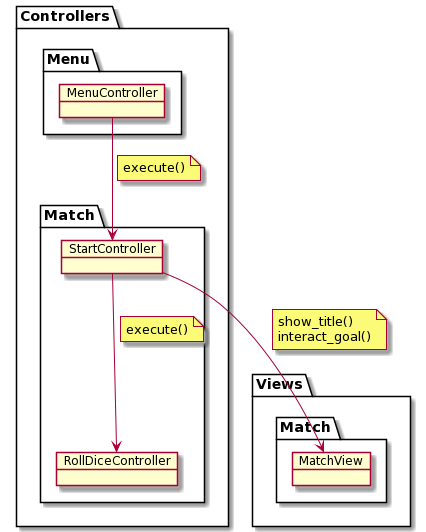
Above: rup/analysis/use_cases/start.png in USantaTecla-game-backgammon/backgammon (PlantUML), before the change.
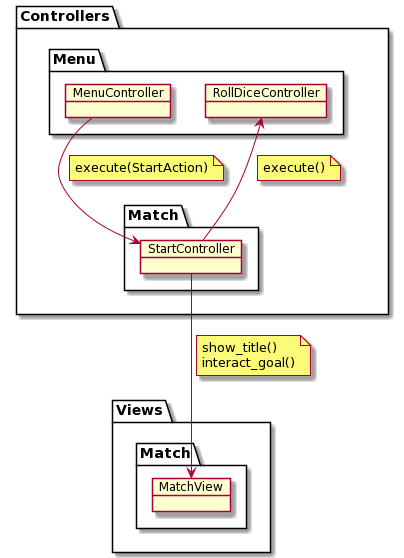
Above is the later version.

Diff of the diagram source:
```diff
@@ -8,11 +8,11 @@
 package Controllers {
     package Menu {
         object MenuController
+        object RollDiceController
     }
 
     package Match2 as "Match" {
         object StartController
-        object RollDiceController
     }
 }
 
@@ -23,7 +23,7 @@
 
 MenuController -down-> StartController
 note on link
-    execute()
+    execute(StartAction)
 end note
 
 StartController --> MatchView
```
